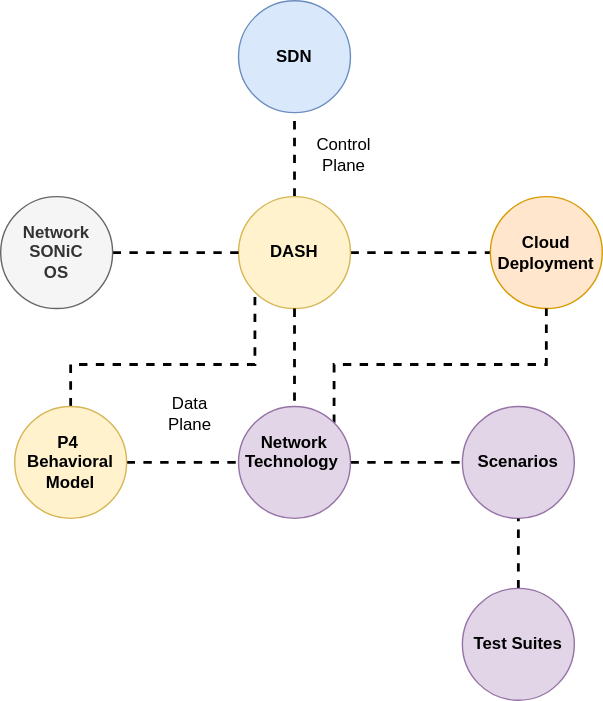
Above: documentation/general/design/images/hld/dash-hld-ecosystem.svg in sonic-net/DASH (draw.io), before the change. Source tidied: cells renumbered, new cells last; positions are measured from the earlier drawing's top-left corner, leaving out a move shared by most shapes.
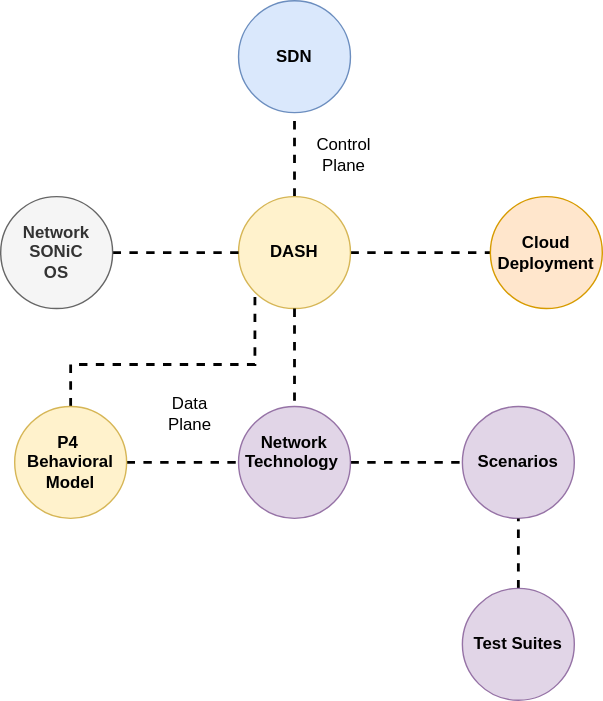
The same file after the commit.

The edit, as a diff of the source:
```diff
@@ -28,14 +28,6 @@
     <mxCell id="9" style="edgeStyle=orthogonalEdgeStyle;rounded=0;jettySize=auto;html=1;exitX=1;exitY=0.5;exitDx=0;exitDy=0;entryX=0;entryY=0.5;entryDx=0;entryDy=0;dashed=1;endArrow=none;endFill=0;strokeWidth=2;" parent="1" edge="1" source="11" target="13">
       <mxGeometry relative="1" as="geometry" />
     </mxCell>
-    <mxCell id="10" style="edgeStyle=orthogonalEdgeStyle;rounded=0;jettySize=auto;html=1;exitX=1;exitY=0;exitDx=0;exitDy=0;dashed=1;endArrow=none;endFill=0;strokeWidth=2;" parent="1" edge="1" source="11" target="5">
-      <mxGeometry relative="1" as="geometry">
-        <Array as="points">
-          <mxPoint x="238" y="260" />
-          <mxPoint x="390" y="260" />
-        </Array>
-      </mxGeometry>
-    </mxCell>
     <mxCell id="11" value="&lt;b&gt;Network&lt;br&gt;Technology&amp;nbsp;&lt;br&gt;&lt;br&gt;&lt;/b&gt;" style="ellipse;whiteSpace=wrap;html=1;fillColor=#e1d5e7;strokeColor=#9673a6;" parent="1" vertex="1">
       <mxGeometry x="170" y="290" width="80" height="80" as="geometry" />
     </mxCell>
```
